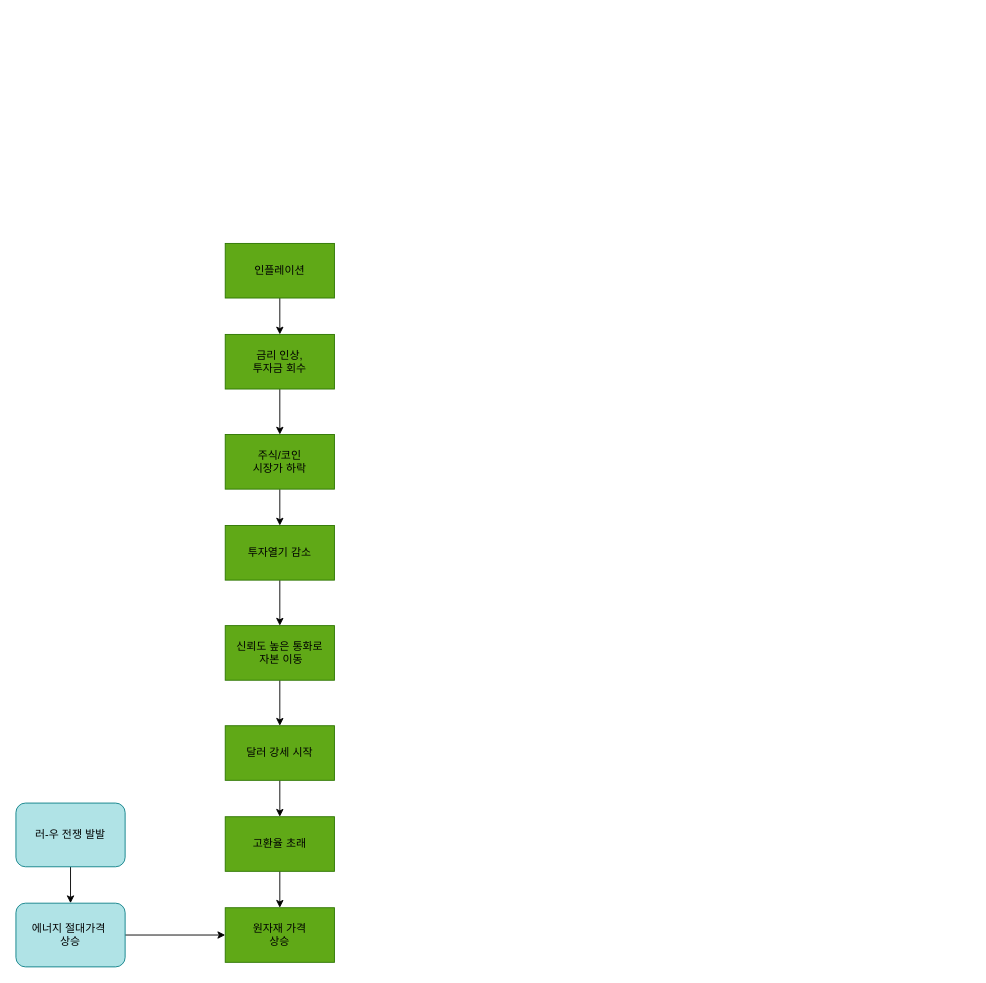
Earlier version of the draw.io diagram docs/scenario.drawio (JDragon96/trade-analysis). Source tidied: cells renumbered, new cells numbered last; positions are measured from the earlier drawing's top-left corner, leaving out a move shared by most shapes. Both pictures are drawn from the tidied source at 91%, with x=0, y=0 at pixel (15, 243).
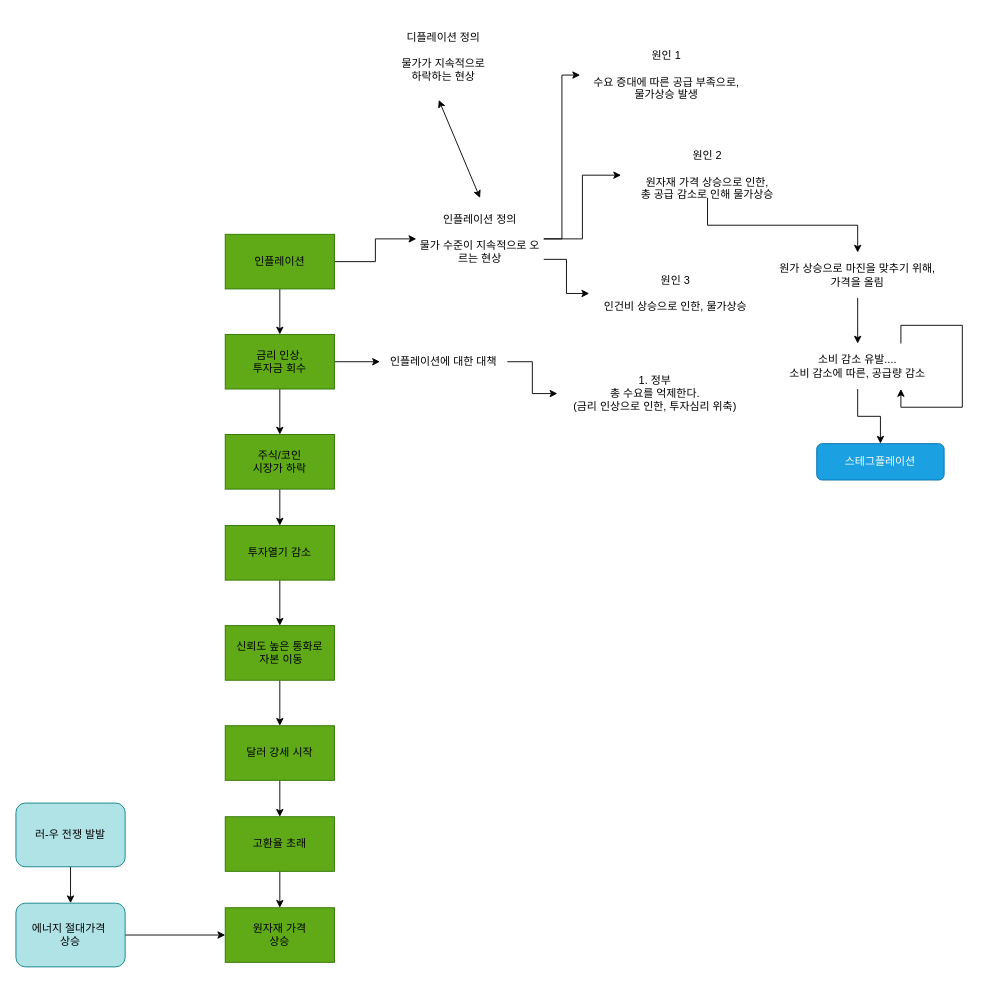
The same diagram, later.

Unchanged cells that the change refers to:
```xml
<mxCell id="5" value="&lt;font color=&quot;#000000&quot;&gt;금리 인상,&lt;br&gt;투자금 회수&lt;br&gt;&lt;/font&gt;" style="rounded=0;whiteSpace=wrap;html=1;fillColor=#60a917;fontColor=#ffffff;strokeColor=#2D7600;" parent="1" vertex="1">
  <mxGeometry x="230" y="100" width="120" height="60" as="geometry" />
</mxCell>
```

The edit, as a diff of the source:
```diff
@@
+    <mxCell id="21" style="edgeStyle=orthogonalEdgeStyle;rounded=0;jettySize=auto;html=1;exitX=1;exitY=0.5;exitDx=0;exitDy=0;entryX=0;entryY=0.5;entryDx=0;entryDy=0;" parent="1" edge="1" source="3" target="26">
+      <mxGeometry relative="1" as="geometry" />
+    </mxCell>
     <mxCell id="3" value="&lt;font color=&quot;#000000&quot;&gt;인플레이션&lt;/font&gt;" style="rounded=0;whiteSpace=wrap;html=1;fillColor=#60a917;fontColor=#ffffff;strokeColor=#2D7600;" parent="1" vertex="1">
-      <mxGeometry x="230" width="120" height="60" as="geometry" />
+      <mxGeometry x="230" y="-10" width="120" height="60" as="geometry" />
     </mxCell>
@@
+    <mxCell id="22" style="edgeStyle=orthogonalEdgeStyle;rounded=0;jettySize=auto;html=1;exitX=1;exitY=0.5;exitDx=0;exitDy=0;entryX=0;entryY=0.5;entryDx=0;entryDy=0;" parent="1" edge="1" source="5" target="40">
+      <mxGeometry relative="1" as="geometry" />
+    </mxCell>
@@
+    <mxCell id="23" style="edgeStyle=orthogonalEdgeStyle;rounded=0;jettySize=auto;html=1;exitX=1;exitY=0.5;exitDx=0;exitDy=0;entryX=0;entryY=0.5;entryDx=0;entryDy=0;" parent="1" edge="1" source="26" target="29">
+      <mxGeometry relative="1" as="geometry" />
+    </mxCell>
+    <mxCell id="24" style="edgeStyle=orthogonalEdgeStyle;rounded=0;jettySize=auto;html=1;exitX=1;exitY=0.5;exitDx=0;exitDy=0;entryX=0;entryY=0.5;entryDx=0;entryDy=0;" parent="1" edge="1" source="26" target="31">
+      <mxGeometry relative="1" as="geometry" />
+    </mxCell>
+    <mxCell id="25" style="edgeStyle=orthogonalEdgeStyle;rounded=0;jettySize=auto;html=1;exitX=1;exitY=0.75;exitDx=0;exitDy=0;entryX=0;entryY=0.5;entryDx=0;entryDy=0;" parent="1" edge="1" source="26" target="38">
+      <mxGeometry relative="1" as="geometry" />
+    </mxCell>
+    <mxCell id="26" value="인플레이션 정의&lt;br&gt;&lt;br&gt;물가 수준이 지속적으로 오르는 현상" style="text;html=1;strokeColor=none;fillColor=none;align=center;verticalAlign=middle;whiteSpace=wrap;rounded=0;" parent="1" vertex="1">
+      <mxGeometry x="440" y="-50" width="140" height="90" as="geometry" />
+    </mxCell>
+    <mxCell id="27" value="디플레이션 정의&lt;br&gt;&lt;br&gt;물가가 지속적으로 &lt;br&gt;하락하는 현상" style="text;html=1;strokeColor=none;fillColor=none;align=center;verticalAlign=middle;whiteSpace=wrap;rounded=0;" parent="1" vertex="1">
+      <mxGeometry x="400" y="-250" width="140" height="90" as="geometry" />
+    </mxCell>
+    <mxCell id="28" style="endArrow=classic;startArrow=classic;html=1;rounded=0;entryX=0.462;entryY=1.026;entryDx=0;entryDy=0;entryPerimeter=0;exitX=0.5;exitY=0;exitDx=0;exitDy=0;" parent="1" edge="1" source="26" target="27">
+      <mxGeometry relative="1" as="geometry" />
+    </mxCell>
+    <mxCell id="29" value="원인 1&lt;br&gt;&lt;br&gt;수요 증대에 따른 공급 부족으로,&lt;br&gt;물가상승 발생" style="text;html=1;strokeColor=none;fillColor=none;align=center;verticalAlign=middle;whiteSpace=wrap;rounded=0;" parent="1" vertex="1">
+      <mxGeometry x="620" y="-210" width="190" height="50" as="geometry" />
+    </mxCell>
+    <mxCell id="30" style="edgeStyle=orthogonalEdgeStyle;rounded=0;jettySize=auto;html=1;exitX=0.5;exitY=1;exitDx=0;exitDy=0;entryX=0.5;entryY=0;entryDx=0;entryDy=0;" parent="1" edge="1" source="31" target="33">
+      <mxGeometry relative="1" as="geometry" />
+    </mxCell>
+    <mxCell id="31" value="원인 2&lt;br&gt;&lt;br&gt;원자재 가격 상승으로 인한, &lt;br&gt;총 공급 감소로 인해 물가상승" style="text;html=1;strokeColor=none;fillColor=none;align=center;verticalAlign=middle;whiteSpace=wrap;rounded=0;" parent="1" vertex="1">
+      <mxGeometry x="665" y="-100" width="190" height="50" as="geometry" />
+    </mxCell>
+    <mxCell id="32" style="edgeStyle=orthogonalEdgeStyle;rounded=0;jettySize=auto;html=1;exitX=0.5;exitY=1;exitDx=0;exitDy=0;entryX=0.5;entryY=0;entryDx=0;entryDy=0;" parent="1" edge="1" source="33" target="35">
+      <mxGeometry relative="1" as="geometry" />
+    </mxCell>
+    <mxCell id="33" value="원가 상승으로 마진을 맞추기 위해,&lt;br&gt;가격을 올림" style="text;html=1;strokeColor=none;fillColor=none;align=center;verticalAlign=middle;whiteSpace=wrap;rounded=0;" parent="1" vertex="1">
+      <mxGeometry x="830" y="10" width="190" height="50" as="geometry" />
+    </mxCell>
+    <mxCell id="34" style="edgeStyle=orthogonalEdgeStyle;rounded=0;jettySize=auto;html=1;exitX=0.5;exitY=1;exitDx=0;exitDy=0;entryX=0.5;entryY=0;entryDx=0;entryDy=0;" parent="1" edge="1" source="35" target="37">
+      <mxGeometry relative="1" as="geometry" />
+    </mxCell>
+    <mxCell id="35" value="소비 감소 유발....&lt;br&gt;소비 감소에 따른, 공급량 감소" style="text;html=1;strokeColor=none;fillColor=none;align=center;verticalAlign=middle;whiteSpace=wrap;rounded=0;" parent="1" vertex="1">
+      <mxGeometry x="830" y="110" width="190" height="50" as="geometry" />
+    </mxCell>
+    <mxCell id="36" style="edgeStyle=orthogonalEdgeStyle;rounded=0;orthogonalLoop=1;jettySize=auto;html=1;exitX=0.75;exitY=0;exitDx=0;exitDy=0;entryX=0.75;entryY=1;entryDx=0;entryDy=0;" parent="1" edge="1" source="35" target="35">
+      <mxGeometry relative="1" as="geometry" />
+    </mxCell>
+    <mxCell id="37" value="스테그플레이션" style="rounded=1;whiteSpace=wrap;html=1;fillColor=#1ba1e2;fontColor=#ffffff;strokeColor=#006EAF;" parent="1" vertex="1">
+      <mxGeometry x="880" y="220" width="140" height="40" as="geometry" />
+    </mxCell>
+    <mxCell id="38" value="원인 3&lt;br&gt;&lt;br&gt;인건비 상승으로 인한, 물가상승" style="text;html=1;strokeColor=none;fillColor=none;align=center;verticalAlign=middle;whiteSpace=wrap;rounded=0;" parent="1" vertex="1">
+      <mxGeometry x="630" y="30" width="190" height="50" as="geometry" />
+    </mxCell>
+    <mxCell id="39" style="edgeStyle=orthogonalEdgeStyle;rounded=0;jettySize=auto;html=1;exitX=1;exitY=0.5;exitDx=0;exitDy=0;entryX=0;entryY=0.5;entryDx=0;entryDy=0;" parent="1" edge="1" source="40" target="41">
+      <mxGeometry relative="1" as="geometry" />
+    </mxCell>
+    <mxCell id="40" value="인플레이션에 대한 대책" style="text;html=1;strokeColor=none;fillColor=none;align=center;verticalAlign=middle;whiteSpace=wrap;rounded=0;" parent="1" vertex="1">
+      <mxGeometry x="400" y="105" width="140" height="50" as="geometry" />
+    </mxCell>
+    <mxCell id="41" value="1. 정부&lt;br&gt;총 수요를 억제한다.&lt;br&gt;(금리 인상으로 인한, 투자심리 위축)" style="text;html=1;strokeColor=none;fillColor=none;align=center;verticalAlign=middle;whiteSpace=wrap;rounded=0;" parent="1" vertex="1">
+      <mxGeometry x="595" y="140" width="215" height="50" as="geometry" />
+    </mxCell>
```
